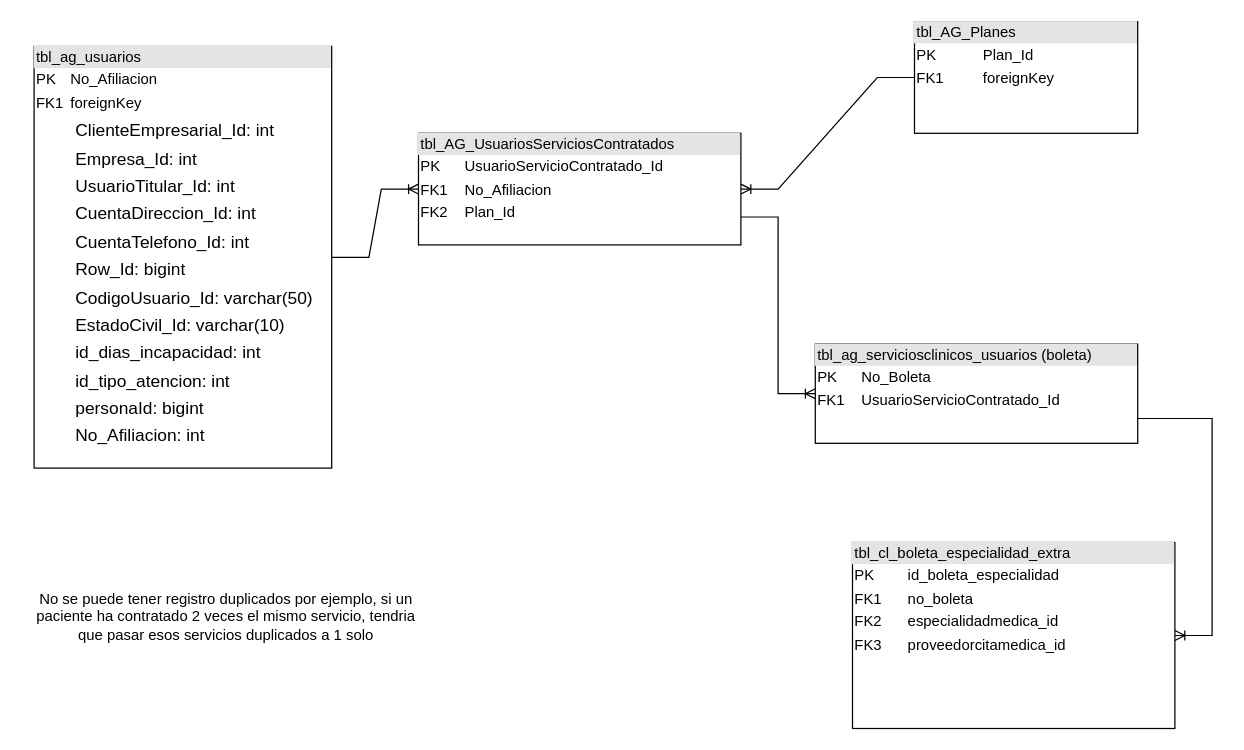
Earlier version of the draw.io diagram page "db_clinica-sosa" (1 of 2) of Diagrama sin título.drawio (rsosa02/sam-docs). Source tidied: cells renumbered, new cells numbered last; positions are measured from the earlier drawing's top-left corner, leaving out a move shared by most shapes. Both pictures are drawn from the tidied source at 124%, with x=0, y=0 at pixel (21, 21).
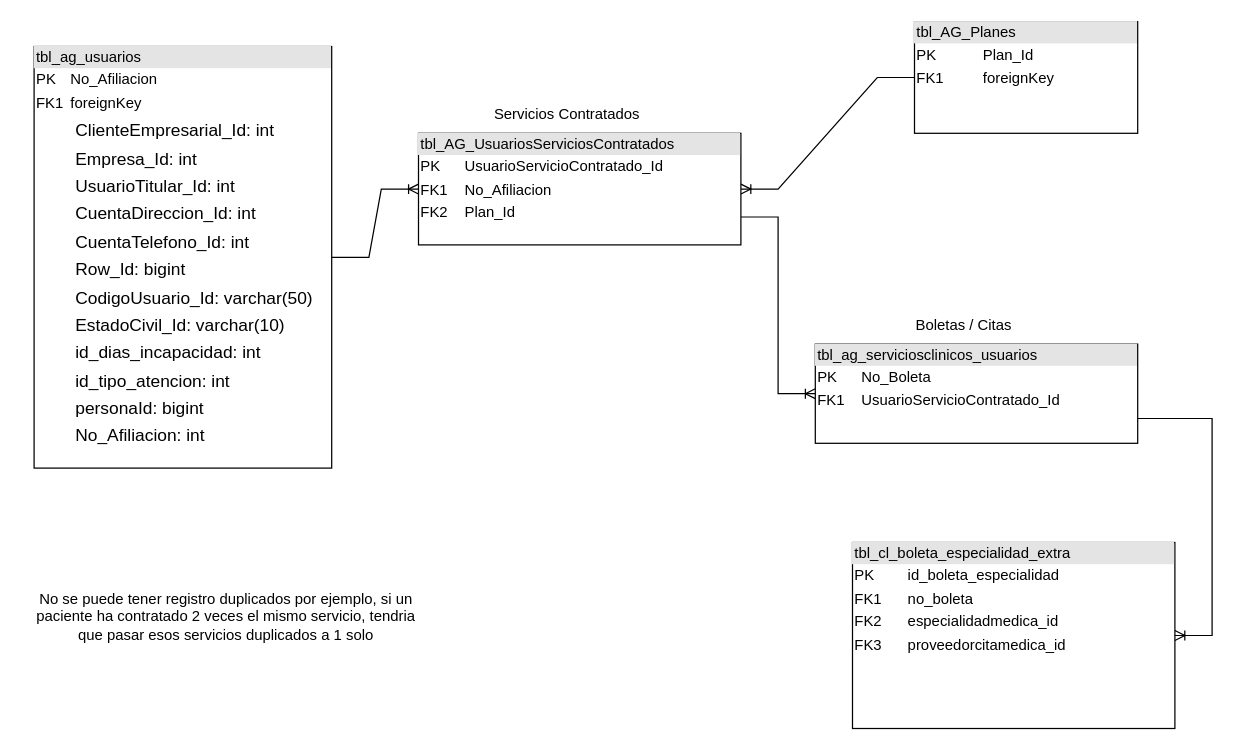
After the change.

What changed in the source:
```diff
@@
 <mxGraphModel>
   <root>
     <mxCell id="0" />
     <mxCell id="1" parent="0" />
     <mxCell id="2" value="&lt;div style=&quot;box-sizing:border-box;width:100%;background:#e4e4e4;padding:2px;&quot;&gt;tbl_AG_UsuariosServiciosContratados&lt;/div&gt;&lt;table style=&quot;width:100%;font-size:1em;&quot; cellpadding=&quot;2&quot; cellspacing=&quot;0&quot;&gt;&lt;tbody&gt;&lt;tr&gt;&lt;td&gt;PK&lt;/td&gt;&lt;td&gt;UsuarioServicioContratado_Id&lt;/td&gt;&lt;/tr&gt;&lt;tr&gt;&lt;td&gt;FK1&lt;/td&gt;&lt;td&gt;No_Afiliacion&lt;/td&gt;&lt;/tr&gt;&lt;tr&gt;&lt;td&gt;FK2&lt;/td&gt;&lt;td&gt;Plan_Id&lt;/td&gt;&lt;/tr&gt;&lt;/tbody&gt;&lt;/table&gt;" style="verticalAlign=top;align=left;overflow=fill;html=1;" parent="1" vertex="1">
       <mxGeometry x="320" y="90" width="260" height="90" as="geometry" />
     </mxCell>
     <mxCell id="3" value="&lt;div style=&quot;box-sizing:border-box;width:100%;background:#e4e4e4;padding:2px;&quot;&gt;tbl_ag_usuarios&lt;/div&gt;&lt;table style=&quot;width:100%;font-size:1em;&quot; cellpadding=&quot;2&quot; cellspacing=&quot;0&quot;&gt;&lt;tbody&gt;&lt;tr&gt;&lt;td&gt;PK&lt;/td&gt;&lt;td&gt;No_Afiliacion&lt;/td&gt;&lt;/tr&gt;&lt;tr&gt;&lt;td&gt;FK1&lt;/td&gt;&lt;td&gt;foreignKey&lt;/td&gt;&lt;/tr&gt;&lt;tr&gt;&lt;td&gt;&lt;/td&gt;&lt;td&gt;&lt;p style=&quot;font-size: 14px; margin: 0px 0px 0px 4px; line-height: 1.6;&quot;&gt;ClienteEmpresarial_Id: int&lt;br&gt;Empresa_Id: int&lt;br&gt;UsuarioTitular_Id: int&lt;br&gt;CuentaDireccion_Id: int&lt;br&gt;CuentaTelefono_Id: int&lt;br&gt;Row_Id: bigint&lt;br&gt;CodigoUsuario_Id: varchar(50)&lt;br&gt;EstadoCivil_Id: varchar(10)&lt;br&gt;id_dias_incapacidad: int&lt;br&gt;id_tipo_atencion: int&lt;br&gt;personaId: bigint&lt;br&gt;&lt;/p&gt;&lt;p style=&quot;font-size: 14px; margin: 0px 0px 0px 4px; line-height: 1.6;&quot;&gt;No_Afiliacion: int&lt;/p&gt;&lt;/td&gt;&lt;/tr&gt;&lt;/tbody&gt;&lt;/table&gt;" style="verticalAlign=top;align=left;overflow=fill;html=1;" parent="1" vertex="1">
       <mxGeometry x="10" y="20" width="240" height="340" as="geometry" />
     </mxCell>
     <mxCell id="4" value="&lt;div style=&quot;box-sizing:border-box;width:100%;background:#e4e4e4;padding:2px;&quot;&gt;tbl_cl_boleta_especialidad_extra&lt;/div&gt;&lt;table style=&quot;width:100%;font-size:1em;&quot; cellpadding=&quot;2&quot; cellspacing=&quot;0&quot;&gt;&lt;tbody&gt;&lt;tr&gt;&lt;td&gt;PK&lt;/td&gt;&lt;td&gt;id_boleta_especialidad&lt;/td&gt;&lt;/tr&gt;&lt;tr&gt;&lt;td&gt;FK1&lt;/td&gt;&lt;td&gt;no_boleta&amp;nbsp;&lt;br&gt;&lt;/td&gt;&lt;/tr&gt;&lt;tr&gt;&lt;td&gt;FK2&lt;/td&gt;&lt;td&gt;especialidadmedica_id&lt;br&gt;&lt;/td&gt;&lt;/tr&gt;&lt;tr&gt;&lt;td&gt;FK3&lt;/td&gt;&lt;td&gt;proveedorcitamedica_id&lt;br&gt;&lt;/td&gt;&lt;/tr&gt;&lt;/tbody&gt;&lt;/table&gt;" style="verticalAlign=top;align=left;overflow=fill;html=1;" parent="1" vertex="1">
       <mxGeometry x="670" y="420" width="260" height="150" as="geometry" />
     </mxCell>
-    <mxCell id="5" value="&lt;div style=&quot;box-sizing:border-box;width:100%;background:#e4e4e4;padding:2px;&quot;&gt;tbl_ag_serviciosclinicos_usuarios (boleta)&lt;/div&gt;&lt;table style=&quot;width:100%;font-size:1em;&quot; cellpadding=&quot;2&quot; cellspacing=&quot;0&quot;&gt;&lt;tbody&gt;&lt;tr&gt;&lt;td&gt;PK&lt;/td&gt;&lt;td&gt;No_Boleta&lt;/td&gt;&lt;/tr&gt;&lt;tr&gt;&lt;td&gt;FK1&lt;/td&gt;&lt;td&gt;UsuarioServicioContratado_Id&lt;/td&gt;&lt;/tr&gt;&lt;tr&gt;&lt;td&gt;&lt;/td&gt;&lt;td&gt;&lt;br&gt;&lt;/td&gt;&lt;/tr&gt;&lt;/tbody&gt;&lt;/table&gt;" style="verticalAlign=top;align=left;overflow=fill;html=1;" parent="1" vertex="1">
+    <mxCell id="5" value="&lt;div style=&quot;box-sizing:border-box;width:100%;background:#e4e4e4;padding:2px;&quot;&gt;tbl_ag_serviciosclinicos_usuarios&lt;/div&gt;&lt;table style=&quot;width:100%;font-size:1em;&quot; cellpadding=&quot;2&quot; cellspacing=&quot;0&quot;&gt;&lt;tbody&gt;&lt;tr&gt;&lt;td&gt;PK&lt;/td&gt;&lt;td&gt;No_Boleta&lt;/td&gt;&lt;/tr&gt;&lt;tr&gt;&lt;td&gt;FK1&lt;/td&gt;&lt;td&gt;UsuarioServicioContratado_Id&lt;/td&gt;&lt;/tr&gt;&lt;tr&gt;&lt;td&gt;&lt;/td&gt;&lt;td&gt;&lt;br&gt;&lt;/td&gt;&lt;/tr&gt;&lt;/tbody&gt;&lt;/table&gt;" style="verticalAlign=top;align=left;overflow=fill;html=1;" parent="1" vertex="1">
       <mxGeometry x="640" y="260" width="260" height="80" as="geometry" />
     </mxCell>
     <mxCell id="6" value="&lt;div style=&quot;box-sizing:border-box;width:100%;background:#e4e4e4;padding:2px;&quot;&gt;tbl_AG_Planes&lt;/div&gt;&lt;table style=&quot;width:100%;font-size:1em;&quot; cellpadding=&quot;2&quot; cellspacing=&quot;0&quot;&gt;&lt;tbody&gt;&lt;tr&gt;&lt;td&gt;PK&lt;/td&gt;&lt;td&gt;Plan_Id&lt;/td&gt;&lt;/tr&gt;&lt;tr&gt;&lt;td&gt;FK1&lt;/td&gt;&lt;td&gt;foreignKey&lt;/td&gt;&lt;/tr&gt;&lt;tr&gt;&lt;td&gt;&lt;/td&gt;&lt;td&gt;&lt;br&gt;&lt;/td&gt;&lt;/tr&gt;&lt;/tbody&gt;&lt;/table&gt;" style="verticalAlign=top;align=left;overflow=fill;html=1;" parent="1" vertex="1">
       <mxGeometry x="720" width="180" height="90" as="geometry" />
     </mxCell>
     <mxCell id="7" style="edgeStyle=entityRelationEdgeStyle;fontSize=12;html=1;endArrow=ERoneToMany;rounded=0;fontFamily=Helvetica;exitX=1;exitY=0.5;exitDx=0;exitDy=0;" parent="1" edge="1" source="3" target="2">
       <mxGeometry relative="1" as="geometry" />
     </mxCell>
     <mxCell id="8" style="edgeStyle=entityRelationEdgeStyle;fontSize=12;html=1;endArrow=ERoneToMany;rounded=0;fontFamily=Helvetica;exitX=0;exitY=0.5;exitDx=0;exitDy=0;entryX=1;entryY=0.5;entryDx=0;entryDy=0;" parent="1" edge="1" source="6" target="2">
       <mxGeometry relative="1" as="geometry" />
     </mxCell>
     <mxCell id="9" style="edgeStyle=entityRelationEdgeStyle;fontSize=12;html=1;endArrow=ERoneToMany;rounded=0;fontFamily=Helvetica;entryX=0;entryY=0.5;entryDx=0;entryDy=0;exitX=1;exitY=0.75;exitDx=0;exitDy=0;" parent="1" edge="1" source="2" target="5">
       <mxGeometry relative="1" as="geometry" />
     </mxCell>
     <mxCell id="10" style="edgeStyle=entityRelationEdgeStyle;fontSize=12;html=1;endArrow=ERoneToMany;rounded=0;fontFamily=Helvetica;exitX=1;exitY=0.75;exitDx=0;exitDy=0;" parent="1" edge="1" source="5" target="4">
       <mxGeometry relative="1" as="geometry" />
     </mxCell>
     <mxCell id="11" value="&lt;span style=&quot;&quot;&gt;No se puede tener registro duplicados por ejemplo, si un paciente ha contratado 2 veces el mismo servicio, tendria que pasar esos servicios duplicados a 1 solo&lt;/span&gt;" style="text;html=1;strokeColor=none;fillColor=none;align=center;verticalAlign=middle;whiteSpace=wrap;rounded=0;labelBackgroundColor=#FFFFFF;" parent="1" vertex="1">
       <mxGeometry y="450" width="330" height="60" as="geometry" />
     </mxCell>
+    <mxCell id="12" value="Servicios Contratados" style="text;html=1;strokeColor=none;fillColor=none;align=center;verticalAlign=middle;whiteSpace=wrap;rounded=0;" parent="1" vertex="1">
+      <mxGeometry x="340" y="60" width="200" height="30" as="geometry" />
+    </mxCell>
+    <mxCell id="13" value="Boletas / Citas" style="text;html=1;strokeColor=none;fillColor=none;align=center;verticalAlign=middle;whiteSpace=wrap;rounded=0;" parent="1" vertex="1">
+      <mxGeometry x="660" y="230" width="200" height="30" as="geometry" />
+    </mxCell>
   </root>
 </mxGraphModel>
```
